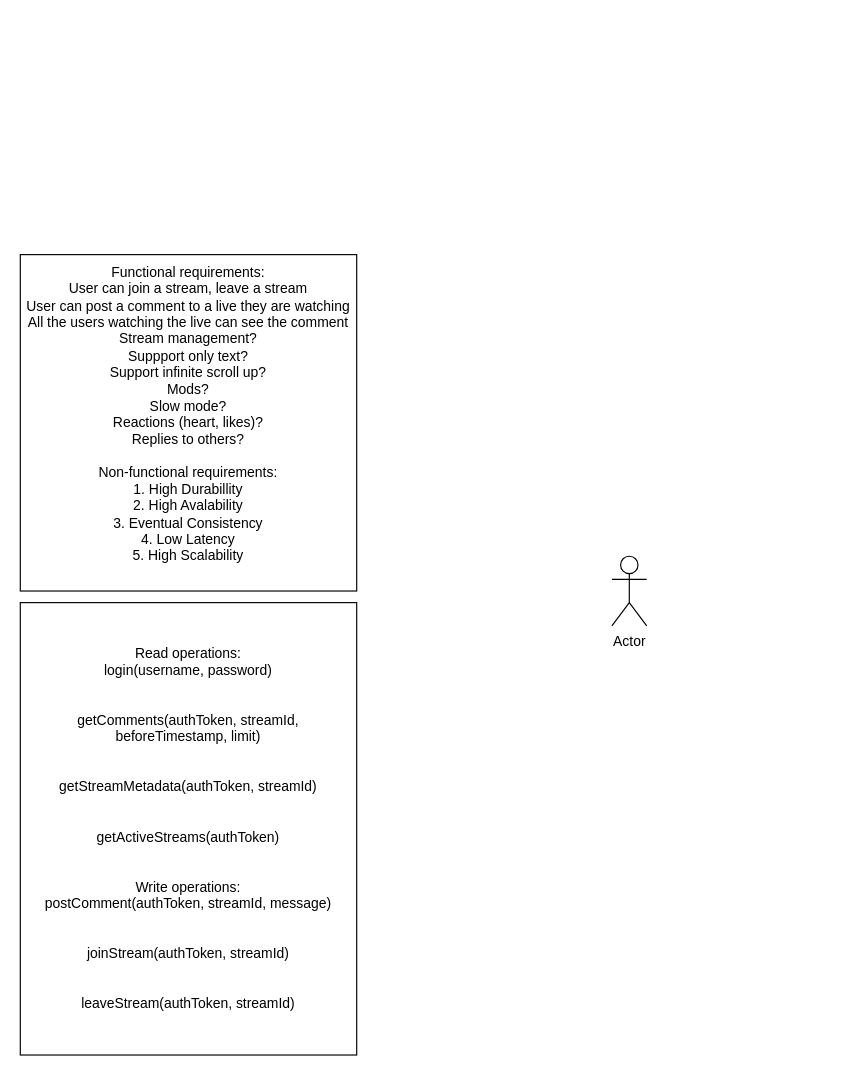
kal038/system-design-learn keeps this draw.io diagram as page "Live_comment_self_attempt" (1 of 3) of live_commenting.drawio. Above is the earlier version. Source tidied: cells renumbered, new cells numbered last; positions are measured from the earlier drawing's top-left corner, leaving out a move shared by most shapes. Both pictures are drawn from the tidied source at 116%, with x=0, y=0 at pixel (20, 254).
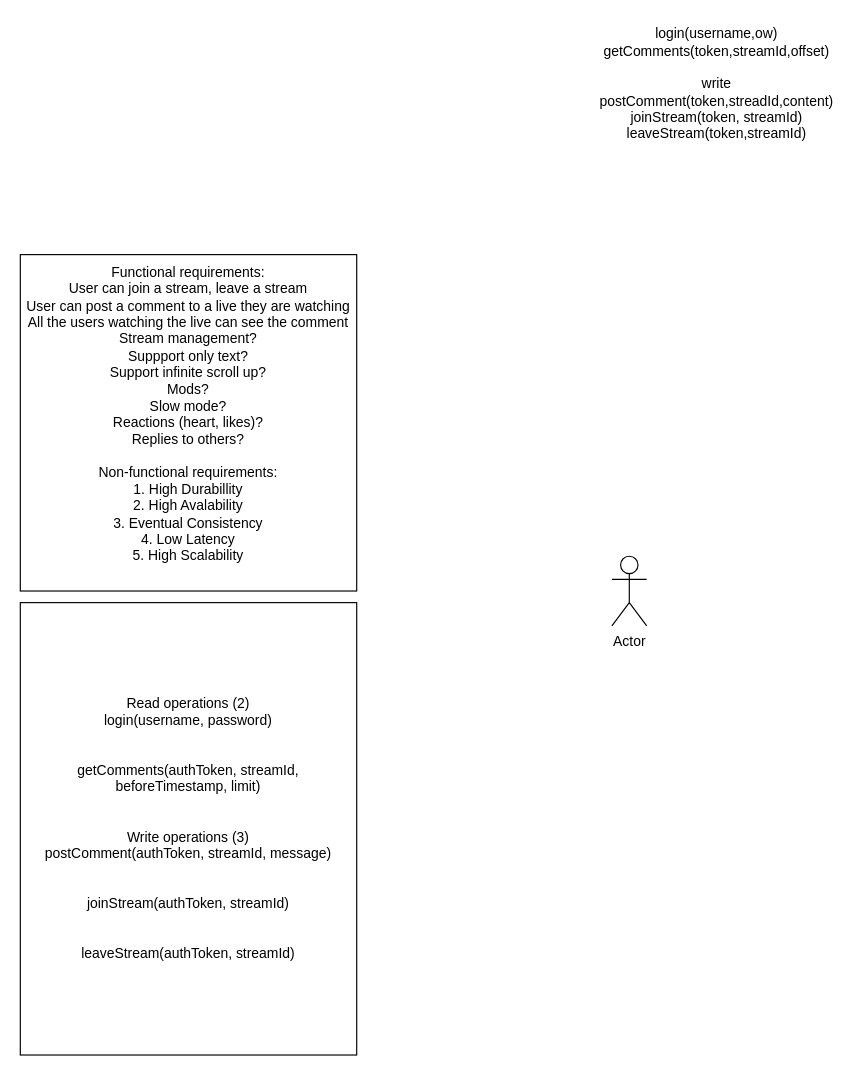
The same page after the edit.

The edit, as a diff of the source:
```diff
@@
 <mxGraphModel>
   <root>
     <mxCell id="0" />
     <mxCell id="1" parent="0" />
     <mxCell id="2" value="Functional requirements:&lt;div&gt;User can join a stream, leave a stream&lt;br&gt;&lt;div&gt;User can post a comment to a live they are watching&lt;/div&gt;&lt;div&gt;All the users watching the live can see the comment&lt;/div&gt;&lt;div&gt;Stream management?&lt;/div&gt;&lt;div&gt;Suppport only text?&lt;/div&gt;&lt;div&gt;Support infinite scroll up?&lt;/div&gt;&lt;div&gt;Mods?&lt;/div&gt;&lt;div&gt;Slow mode?&lt;/div&gt;&lt;div&gt;Reactions (heart, likes)?&lt;/div&gt;&lt;div&gt;Replies to others?&lt;/div&gt;&lt;/div&gt;&lt;div&gt;&lt;br&gt;&lt;/div&gt;&lt;div&gt;Non-functional requirements:&lt;/div&gt;&lt;div&gt;1. High Durabillity&lt;/div&gt;&lt;div&gt;2. High Avalability&lt;/div&gt;&lt;div&gt;3. Eventual Consistency&lt;/div&gt;&lt;div&gt;4. Low Latency&lt;/div&gt;&lt;div&gt;5. High Scalability&lt;/div&gt;&lt;div&gt;&lt;br&gt;&lt;/div&gt;" style="rounded=0;whiteSpace=wrap;html=1;" parent="1" vertex="1">
       <mxGeometry width="290" height="290" as="geometry" />
     </mxCell>
-    <mxCell id="3" value="Read operations:&lt;br&gt;login(username, password)&lt;br&gt;&lt;br&gt;&lt;br&gt;getComments(authToken, streamId, beforeTimestamp, limit)&lt;br&gt;&lt;br&gt;&lt;br&gt;getStreamMetadata(authToken, streamId)&lt;br&gt;&lt;br&gt;&lt;br&gt;getActiveStreams(authToken)&lt;br&gt;&lt;br&gt;&lt;br&gt;Write operations:&lt;br&gt;postComment(authToken, streamId, message)&lt;br&gt;&lt;br&gt;&lt;br&gt;joinStream(authToken, streamId)&lt;br&gt;&lt;br&gt;&lt;br&gt;leaveStream(authToken, streamId)" style="rounded=0;whiteSpace=wrap;html=1;" parent="1" vertex="1">
+    <mxCell id="3" value="Read operations (2)&lt;br&gt;login(username, password)&lt;br&gt;&lt;br&gt;&lt;br&gt;getComments(authToken, streamId, beforeTimestamp, limit)&lt;br&gt;&lt;br&gt;&lt;br&gt;Write operations (3)&lt;br&gt;postComment(authToken, streamId, message)&lt;br&gt;&lt;br&gt;&lt;br&gt;joinStream(authToken, streamId)&lt;br&gt;&lt;br&gt;&lt;br&gt;leaveStream(authToken, streamId)" style="rounded=0;whiteSpace=wrap;html=1;" parent="1" vertex="1">
       <mxGeometry y="300" width="290" height="390" as="geometry" />
     </mxCell>
     <mxCell id="4" value="Actor" style="shape=umlActor;verticalLabelPosition=bottom;verticalAlign=top;html=1;" parent="1" vertex="1">
       <mxGeometry x="510" y="260" width="30" height="60" as="geometry" />
     </mxCell>
+    <mxCell id="5" value="login(username,ow)&lt;div&gt;getComments(token,streamId,offset)&lt;/div&gt;&lt;div&gt;&lt;br&gt;&lt;/div&gt;&lt;div&gt;write&lt;/div&gt;&lt;div&gt;postComment(token,streadId,content)&lt;/div&gt;&lt;div&gt;joinStream(token, streamId)&lt;/div&gt;&lt;div&gt;leaveStream(token,streamId)&lt;/div&gt;" style="text;html=1;align=center;verticalAlign=middle;strokeColor=none;fillColor=none;" parent="1" vertex="1">
+      <mxGeometry x="490" y="-202" width="220" height="110" as="geometry" />
+    </mxCell>
   </root>
 </mxGraphModel>
```
